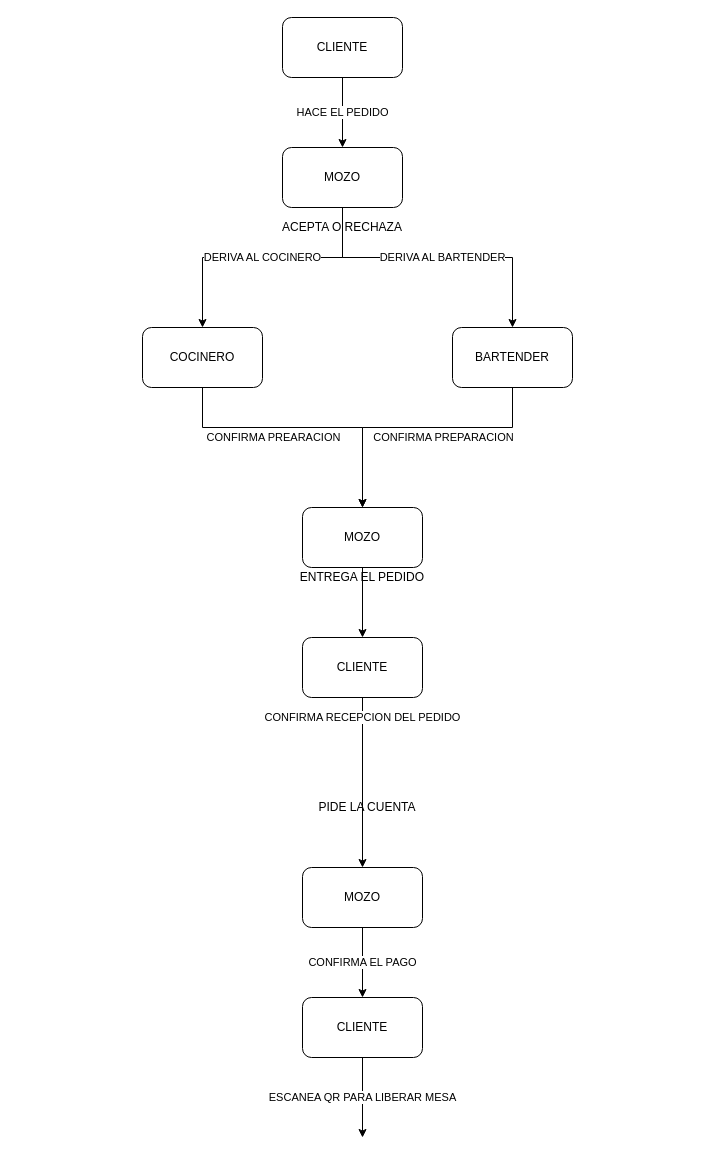
The draw.io diagram assetsReadme/preparacion.drawio in LodolaTomas/2021_TP_PPS_Comanda_1_cuatri, before the edit. Source tidied: cells renumbered, new cells numbered last; positions are measured from the earlier drawing's top-left corner, leaving out a move shared by most shapes. Both pictures are drawn from the tidied source at 100%, with x=0, y=0 at pixel (142, 17).
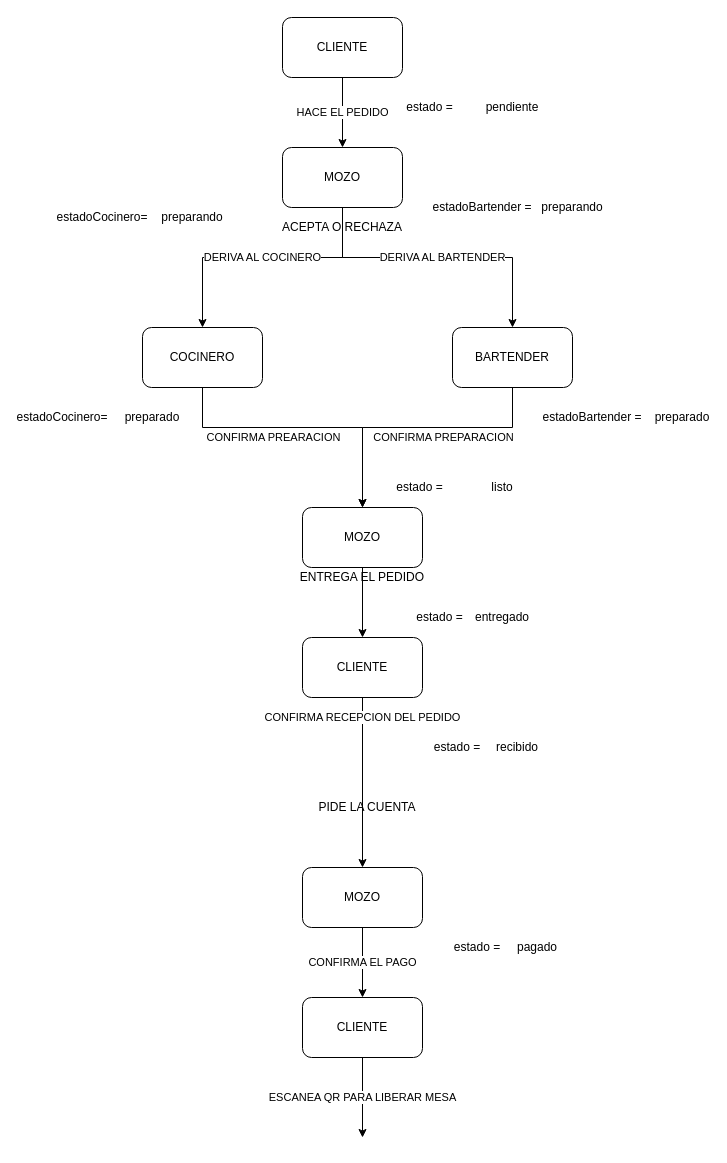
After the change.

What changed in the source:
```diff
@@
+    <mxCell id="22" value="pendiente" style="text;html=1;strokeColor=none;fillColor=none;align=center;verticalAlign=middle;whiteSpace=wrap;rounded=0;" parent="1" vertex="1">
+      <mxGeometry x="350" y="80" width="40" height="20" as="geometry" />
+    </mxCell>
+    <mxCell id="23" value="preparando" style="text;html=1;strokeColor=none;fillColor=none;align=center;verticalAlign=middle;whiteSpace=wrap;rounded=0;" parent="1" vertex="1">
+      <mxGeometry x="30" y="190" width="40" height="20" as="geometry" />
+    </mxCell>
+    <mxCell id="24" value="estadoCocinero=" style="text;html=1;strokeColor=none;fillColor=none;align=center;verticalAlign=middle;whiteSpace=wrap;rounded=0;" parent="1" vertex="1">
+      <mxGeometry x="-60" y="190" width="40" height="20" as="geometry" />
+    </mxCell>
+    <mxCell id="25" value="estadoBartender =" style="text;html=1;strokeColor=none;fillColor=none;align=center;verticalAlign=middle;whiteSpace=wrap;rounded=0;" parent="1" vertex="1">
+      <mxGeometry x="285" y="180" width="110" height="20" as="geometry" />
+    </mxCell>
+    <mxCell id="26" value="preparando" style="text;html=1;strokeColor=none;fillColor=none;align=center;verticalAlign=middle;whiteSpace=wrap;rounded=0;" parent="1" vertex="1">
+      <mxGeometry x="410" y="180" width="40" height="20" as="geometry" />
+    </mxCell>
+    <mxCell id="27" value="estado =" style="text;html=1;strokeColor=none;fillColor=none;align=center;verticalAlign=middle;whiteSpace=wrap;rounded=0;" parent="1" vertex="1">
+      <mxGeometry x="250" y="80" width="75" height="20" as="geometry" />
+    </mxCell>
+    <mxCell id="28" value="estadoBartender =" style="text;html=1;strokeColor=none;fillColor=none;align=center;verticalAlign=middle;whiteSpace=wrap;rounded=0;" parent="1" vertex="1">
+      <mxGeometry x="395" y="390" width="110" height="20" as="geometry" />
+    </mxCell>
+    <mxCell id="29" value="preparado" style="text;html=1;strokeColor=none;fillColor=none;align=center;verticalAlign=middle;whiteSpace=wrap;rounded=0;" parent="1" vertex="1">
+      <mxGeometry x="520" y="390" width="40" height="20" as="geometry" />
+    </mxCell>
+    <mxCell id="30" value="preparado" style="text;html=1;strokeColor=none;fillColor=none;align=center;verticalAlign=middle;whiteSpace=wrap;rounded=0;" parent="1" vertex="1">
+      <mxGeometry x="-10" y="390" width="40" height="20" as="geometry" />
+    </mxCell>
+    <mxCell id="31" value="estadoCocinero=" style="text;html=1;strokeColor=none;fillColor=none;align=center;verticalAlign=middle;whiteSpace=wrap;rounded=0;" parent="1" vertex="1">
+      <mxGeometry x="-100" y="390" width="40" height="20" as="geometry" />
+    </mxCell>
+    <mxCell id="32" value="listo" style="text;html=1;strokeColor=none;fillColor=none;align=center;verticalAlign=middle;whiteSpace=wrap;rounded=0;" parent="1" vertex="1">
+      <mxGeometry x="340" y="460" width="40" height="20" as="geometry" />
+    </mxCell>
+    <mxCell id="33" value="estado =" style="text;html=1;strokeColor=none;fillColor=none;align=center;verticalAlign=middle;whiteSpace=wrap;rounded=0;" parent="1" vertex="1">
+      <mxGeometry x="240" y="460" width="75" height="20" as="geometry" />
+    </mxCell>
+    <mxCell id="34" value="entregado" style="text;html=1;strokeColor=none;fillColor=none;align=center;verticalAlign=middle;whiteSpace=wrap;rounded=0;" parent="1" vertex="1">
+      <mxGeometry x="340" y="590" width="40" height="20" as="geometry" />
+    </mxCell>
+    <mxCell id="35" value="estado =" style="text;html=1;strokeColor=none;fillColor=none;align=center;verticalAlign=middle;whiteSpace=wrap;rounded=0;" parent="1" vertex="1">
+      <mxGeometry x="260" y="590" width="75" height="20" as="geometry" />
+    </mxCell>
+    <mxCell id="36" value="recibido" style="text;html=1;strokeColor=none;fillColor=none;align=center;verticalAlign=middle;whiteSpace=wrap;rounded=0;" parent="1" vertex="1">
+      <mxGeometry x="355" y="720" width="40" height="20" as="geometry" />
+    </mxCell>
+    <mxCell id="37" value="estado =" style="text;html=1;strokeColor=none;fillColor=none;align=center;verticalAlign=middle;whiteSpace=wrap;rounded=0;" parent="1" vertex="1">
+      <mxGeometry x="275" y="720" width="80" height="20" as="geometry" />
+    </mxCell>
+    <mxCell id="38" value="pagado" style="text;html=1;strokeColor=none;fillColor=none;align=center;verticalAlign=middle;whiteSpace=wrap;rounded=0;" parent="1" vertex="1">
+      <mxGeometry x="375" y="920" width="40" height="20" as="geometry" />
+    </mxCell>
+    <mxCell id="39" value="estado =" style="text;html=1;strokeColor=none;fillColor=none;align=center;verticalAlign=middle;whiteSpace=wrap;rounded=0;" parent="1" vertex="1">
+      <mxGeometry x="295" y="920" width="80" height="20" as="geometry" />
+    </mxCell>
```
